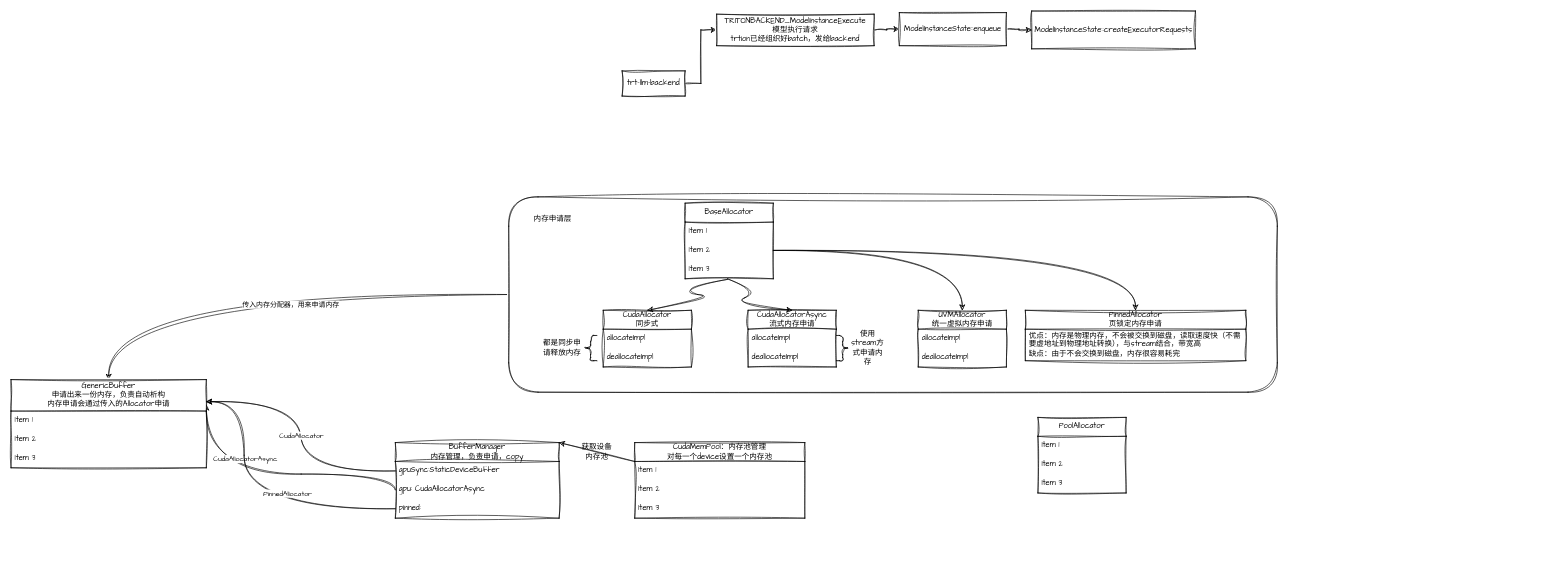
Earlier version of the draw.io diagram trtion-trtllm.drawio (beijingqiuchang/drawio). Source tidied: cells renumbered, new cells numbered last; positions are measured from the earlier drawing's top-left corner, leaving out a move shared by most shapes. Both pictures are drawn from the tidied source at 63%, with x=0, y=0 at pixel (11, 11).
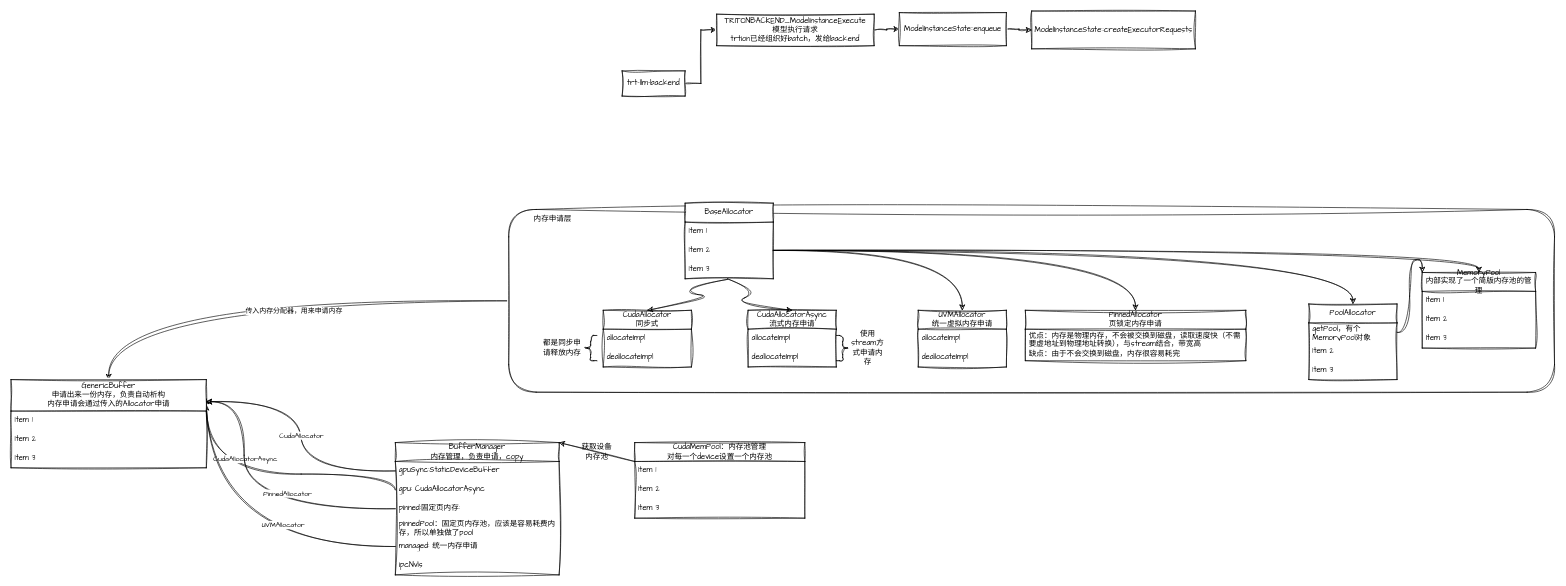
Above is the later version.

The change refers to these unchanged cells:
```xml
<mxCell id="14" value="Item 2" style="text;strokeColor=none;fillColor=none;align=left;verticalAlign=middle;spacingLeft=4;spacingRight=4;overflow=hidden;points=[[0,0.5],[1,0.5]];portConstraint=eastwest;whiteSpace=wrap;html=1;fontFamily=Architects Daughter;" parent="12" vertex="1">
  <mxGeometry y="60" width="140" height="30" as="geometry" />
</mxCell>
```

Change to the diagram source:
```diff
@@
     <mxCell id="4" style="rounded=1;whiteSpace=wrap;html=1;sketch=1;hachureGap=4;jiggle=2;curveFitting=1;fontFamily=Architects Daughter;" parent="1" vertex="1">
-      <mxGeometry x="790" y="295" width="1220" height="310" as="geometry" />
+      <mxGeometry x="790" y="315" width="1660" height="290" as="geometry" />
     </mxCell>
@@
     <mxCell id="34" value="BufferManager&lt;div&gt;内存管理，负责申请，copy&lt;/div&gt;" style="swimlane;fontStyle=0;horizontal=1;startSize=30;whiteSpace=wrap;html=1;sketch=1;hachureGap=4;jiggle=2;curveFitting=1;fontFamily=Architects Daughter;" parent="1" vertex="1">
-      <mxGeometry x="610" y="685" width="260" height="120" as="geometry" />
+      <mxGeometry x="610" y="685" width="260" height="210" as="geometry" />
     </mxCell>
@@
-    <mxCell id="39" value="pinned:" style="text;strokeColor=none;fillColor=none;align=left;verticalAlign=middle;spacingLeft=4;spacingRight=4;overflow=hidden;points=[[0,0.5],[1,0.5]];portConstraint=eastwest;whiteSpace=wrap;html=1;fontFamily=Architects Daughter;" parent="34" vertex="1">
+    <mxCell id="39" value="pinned:固定页内存:" style="text;strokeColor=none;fillColor=none;align=left;verticalAlign=middle;spacingLeft=4;spacingRight=4;overflow=hidden;points=[[0,0.5],[1,0.5]];portConstraint=eastwest;whiteSpace=wrap;html=1;fontFamily=Architects Daughter;" parent="34" vertex="1">
       <mxGeometry y="90" width="260" height="30" as="geometry" />
     </mxCell>
+    <mxCell id="63" value="pinnedPool：固定页内存池，应该是容易耗费内存，所以单独做了pool" style="text;strokeColor=none;fillColor=none;align=left;verticalAlign=middle;spacingLeft=4;spacingRight=4;overflow=hidden;whiteSpace=wrap;html=1;fontFamily=Architects Daughter;" parent="34" vertex="1">
+      <mxGeometry y="120" width="260" height="30" as="geometry" />
+    </mxCell>
+    <mxCell id="64" style="edgeStyle=orthogonalEdgeStyle;rounded=0;sketch=1;hachureGap=4;jiggle=2;curveFitting=1;jettySize=auto;html=1;exitX=0;exitY=0.5;exitDx=0;exitDy=0;fontFamily=Architects Daughter;curved=1;" parent="34" edge="1" source="66">
+      <mxGeometry relative="1" as="geometry">
+        <mxPoint x="-300" y="-70" as="targetPoint" />
+      </mxGeometry>
+    </mxCell>
+    <mxCell id="65" value="UVMAllocator" style="edgeLabel;html=1;align=center;verticalAlign=middle;sketch=1;hachureGap=4;jiggle=2;curveFitting=1;fontFamily=Architects Daughter;" parent="64" vertex="1">
+      <mxGeometry x="-0.33" y="-35" relative="1" as="geometry" />
+    </mxCell>
+    <mxCell id="66" value="managed: 统一内存申请" style="text;strokeColor=none;fillColor=none;align=left;verticalAlign=middle;spacingLeft=4;spacingRight=4;overflow=hidden;points=[[0,0.5],[1,0.5]];portConstraint=eastwest;whiteSpace=wrap;html=1;fontFamily=Architects Daughter;" parent="34" vertex="1">
+      <mxGeometry y="150" width="260" height="30" as="geometry" />
+    </mxCell>
+    <mxCell id="67" value="ipcNvls" style="text;strokeColor=none;fillColor=none;align=left;verticalAlign=middle;spacingLeft=4;spacingRight=4;overflow=hidden;whiteSpace=wrap;html=1;fontFamily=Architects Daughter;" parent="34" vertex="1">
+      <mxGeometry y="180" width="260" height="30" as="geometry" />
+    </mxCell>
@@
     <mxCell id="59" value="PoolAllocator" style="swimlane;fontStyle=0;horizontal=1;startSize=30;whiteSpace=wrap;html=1;sketch=1;hachureGap=4;jiggle=2;curveFitting=1;fontFamily=Architects Daughter;" parent="1" vertex="1">
-      <mxGeometry x="1630" y="645" width="140" height="120" as="geometry" />
+      <mxGeometry x="2060" y="465" width="140" height="120" as="geometry" />
     </mxCell>
-    <mxCell id="60" value="Item 1" style="text;strokeColor=none;fillColor=none;align=left;verticalAlign=middle;spacingLeft=4;spacingRight=4;overflow=hidden;points=[[0,0.5],[1,0.5]];portConstraint=eastwest;whiteSpace=wrap;html=1;fontFamily=Architects Daughter;" parent="59" vertex="1">
+    <mxCell id="60" value="getPool，有个MemoryPool对象" style="text;strokeColor=none;fillColor=none;align=left;verticalAlign=middle;spacingLeft=4;spacingRight=4;overflow=hidden;points=[[0,0.5],[1,0.5]];portConstraint=eastwest;whiteSpace=wrap;html=1;fontFamily=Architects Daughter;" parent="59" vertex="1">
       <mxGeometry y="30" width="140" height="30" as="geometry" />
     </mxCell>
@@
+    <mxCell id="68" value="MemoryPool&lt;div&gt;内部实现了一个简版内存池的管理&lt;/div&gt;" style="swimlane;fontStyle=0;horizontal=1;startSize=30;whiteSpace=wrap;html=1;sketch=1;hachureGap=4;jiggle=2;curveFitting=1;fontFamily=Architects Daughter;" parent="1" vertex="1">
+      <mxGeometry x="2240" y="415" width="180" height="120" as="geometry" />
+    </mxCell>
+    <mxCell id="69" value="Item 1" style="text;strokeColor=none;fillColor=none;align=left;verticalAlign=middle;spacingLeft=4;spacingRight=4;overflow=hidden;whiteSpace=wrap;html=1;fontFamily=Architects Daughter;" parent="68" vertex="1">
+      <mxGeometry y="30" width="180" height="30" as="geometry" />
+    </mxCell>
+    <mxCell id="70" value="Item 2" style="text;strokeColor=none;fillColor=none;align=left;verticalAlign=middle;spacingLeft=4;spacingRight=4;overflow=hidden;whiteSpace=wrap;html=1;fontFamily=Architects Daughter;" parent="68" vertex="1">
+      <mxGeometry y="60" width="180" height="30" as="geometry" />
+    </mxCell>
+    <mxCell id="71" value="Item 3" style="text;strokeColor=none;fillColor=none;align=left;verticalAlign=middle;spacingLeft=4;spacingRight=4;overflow=hidden;whiteSpace=wrap;html=1;fontFamily=Architects Daughter;" parent="68" vertex="1">
+      <mxGeometry y="90" width="180" height="30" as="geometry" />
+    </mxCell>
+    <mxCell id="72" style="edgeStyle=orthogonalEdgeStyle;rounded=0;sketch=1;hachureGap=4;jiggle=2;curveFitting=1;jettySize=auto;html=1;exitX=1;exitY=0.5;exitDx=0;exitDy=0;entryX=0;entryY=0;entryDx=0;entryDy=0;fontFamily=Architects Daughter;curved=1;" parent="1" edge="1" source="60" target="68">
+      <mxGeometry relative="1" as="geometry" />
+    </mxCell>
+    <mxCell id="73" style="edgeStyle=orthogonalEdgeStyle;rounded=0;sketch=1;hachureGap=4;jiggle=2;curveFitting=1;jettySize=auto;html=1;exitX=1;exitY=0.5;exitDx=0;exitDy=0;entryX=0.5;entryY=0;entryDx=0;entryDy=0;fontFamily=Architects Daughter;curved=1;" parent="1" edge="1" source="14" target="68">
+      <mxGeometry relative="1" as="geometry" />
+    </mxCell>
+    <mxCell id="74" style="edgeStyle=orthogonalEdgeStyle;rounded=0;sketch=1;hachureGap=4;jiggle=2;curveFitting=1;jettySize=auto;html=1;exitX=1;exitY=0.5;exitDx=0;exitDy=0;entryX=0.5;entryY=0;entryDx=0;entryDy=0;fontFamily=Architects Daughter;curved=1;" parent="1" edge="1" source="14" target="59">
+      <mxGeometry relative="1" as="geometry" />
+    </mxCell>
```
